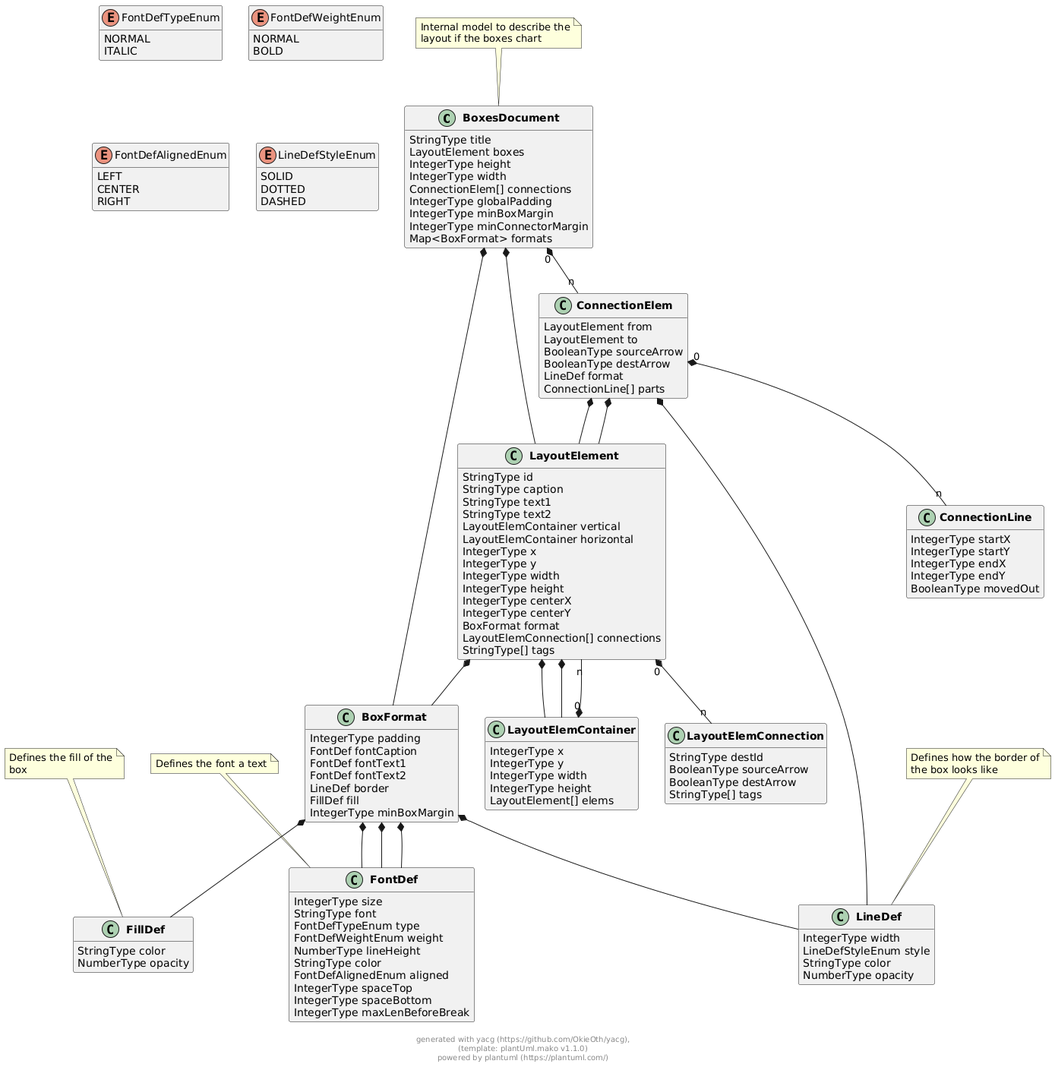
OkieOth/draw.chart.things keeps this PlantUML diagram as docs/models/png/boxes_document.png. Above is the earlier version.
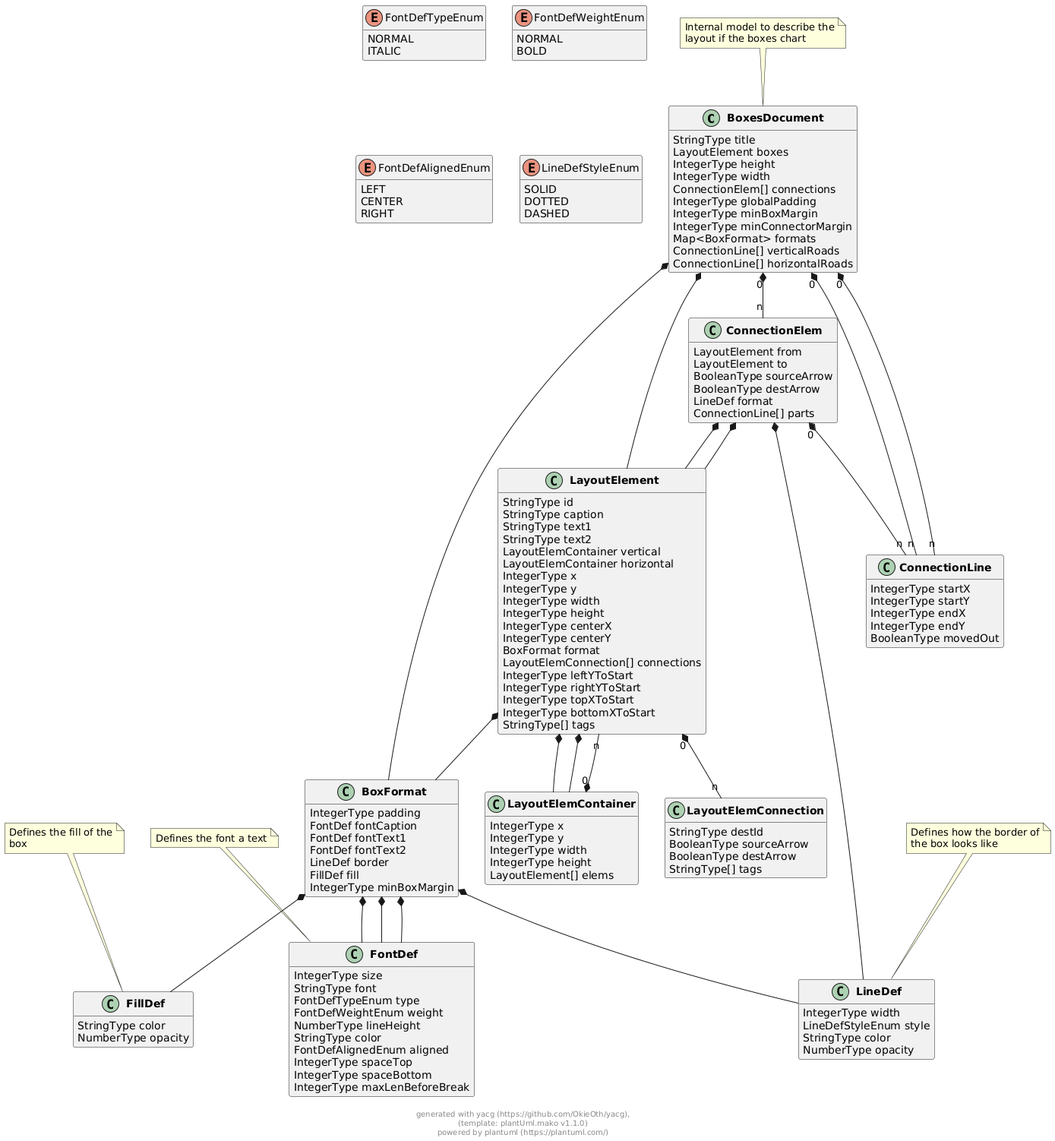
Later version of the same file.

Change to the diagram source:
```diff
@@ -13,6 +13,8 @@
         IntegerType minBoxMargin
         IntegerType minConnectorMargin
         Map<BoxFormat> formats
+        ConnectionLine[] verticalRoads
+        ConnectionLine[] horizontalRoads
 }
 note top: Internal model to describe the\nlayout if the boxes chart
 
@@ -33,6 +35,10 @@
         IntegerType centerY
         BoxFormat format
         LayoutElemConnection[] connections
+        IntegerType leftYToStart
+        IntegerType rightYToStart
+        IntegerType topXToStart
+        IntegerType bottomXToStart
         StringType[] tags
 }
 
@@ -62,6 +68,16 @@
 
 
 
+class "**ConnectionLine**" as ConnectionLine {
+        IntegerType startX
+        IntegerType startY
+        IntegerType endX
+        IntegerType endY
+        BooleanType movedOut
+}
+
+
+
 class "**LayoutElemContainer**" as LayoutElemContainer {
         IntegerType x
         IntegerType y
@@ -77,16 +93,6 @@
         BooleanType sourceArrow
         BooleanType destArrow
         StringType[] tags
-}
-
-
-
-class "**ConnectionLine**" as ConnectionLine {
-        IntegerType startX
-        IntegerType startY
-        IntegerType endX
-        IntegerType endY
-        BooleanType movedOut
 }
 
 
@@ -161,6 +167,10 @@
 
 BoxesDocument  *--  BoxFormat
 
+BoxesDocument "0" *-- "n" ConnectionLine
+
+BoxesDocument "0" *-- "n" ConnectionLine
+
 
 
 
@@ -179,6 +189,10 @@
 LayoutElement  *--  BoxFormat
 
 LayoutElement "0" *-- "n" LayoutElemConnection
+
+
+
+
 
 
 
@@ -204,6 +218,12 @@
 BoxFormat  *--  LineDef
 
 BoxFormat  *--  FillDef
+
+
+
+
+
+
 
 
 
@@ -242,11 +262,5 @@
 
 
 
-
-
-
-
-
-
 footer \ngenerated with yacg (https://github.com/OkieOth/yacg),\n(template: plantUml.mako v1.1.0)\npowered by plantuml (https://plantuml.com/)
 @enduml
```
